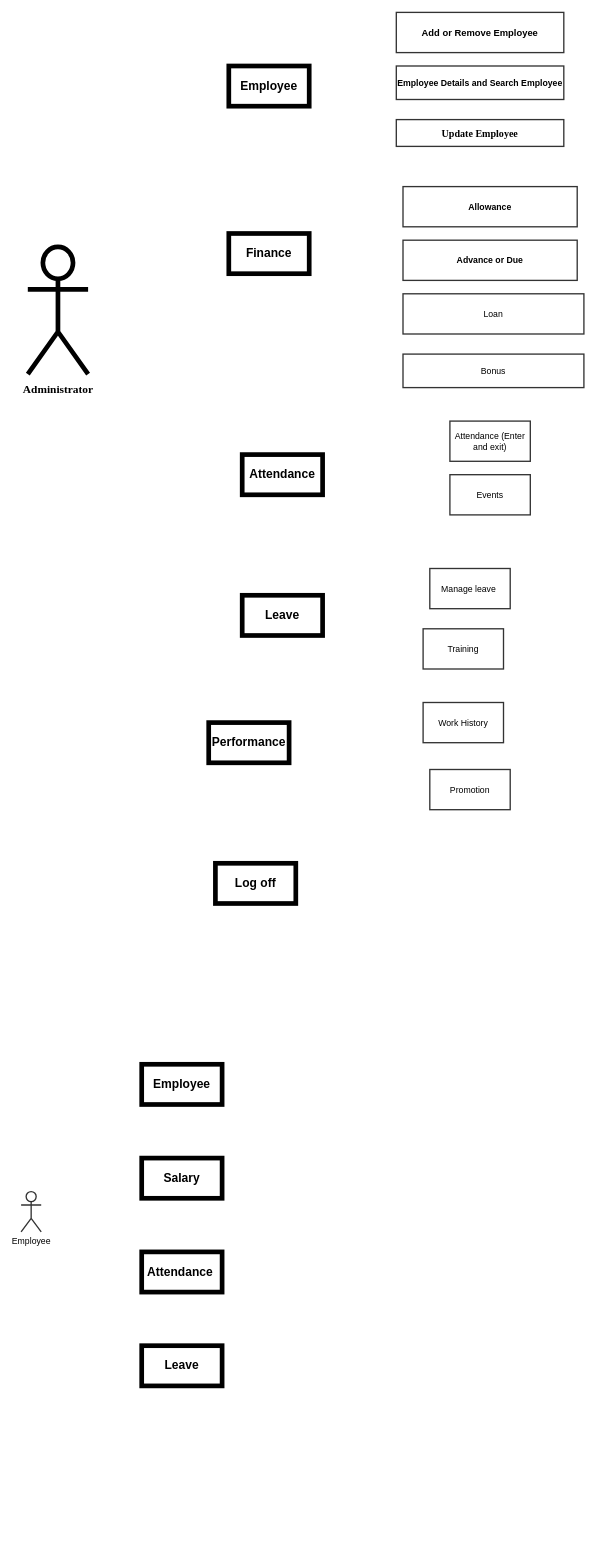
SaykatMondal1911/Web-design keeps this draw.io diagram as css/Untitled Diagram.drawio. Above is the earlier version. Source tidied: cells renumbered, new cells numbered last; positions are measured from the earlier drawing's top-left corner, leaving out a move shared by most shapes. Both pictures are drawn from the tidied source at 67%, with x=0, y=0 at pixel (21, 12).
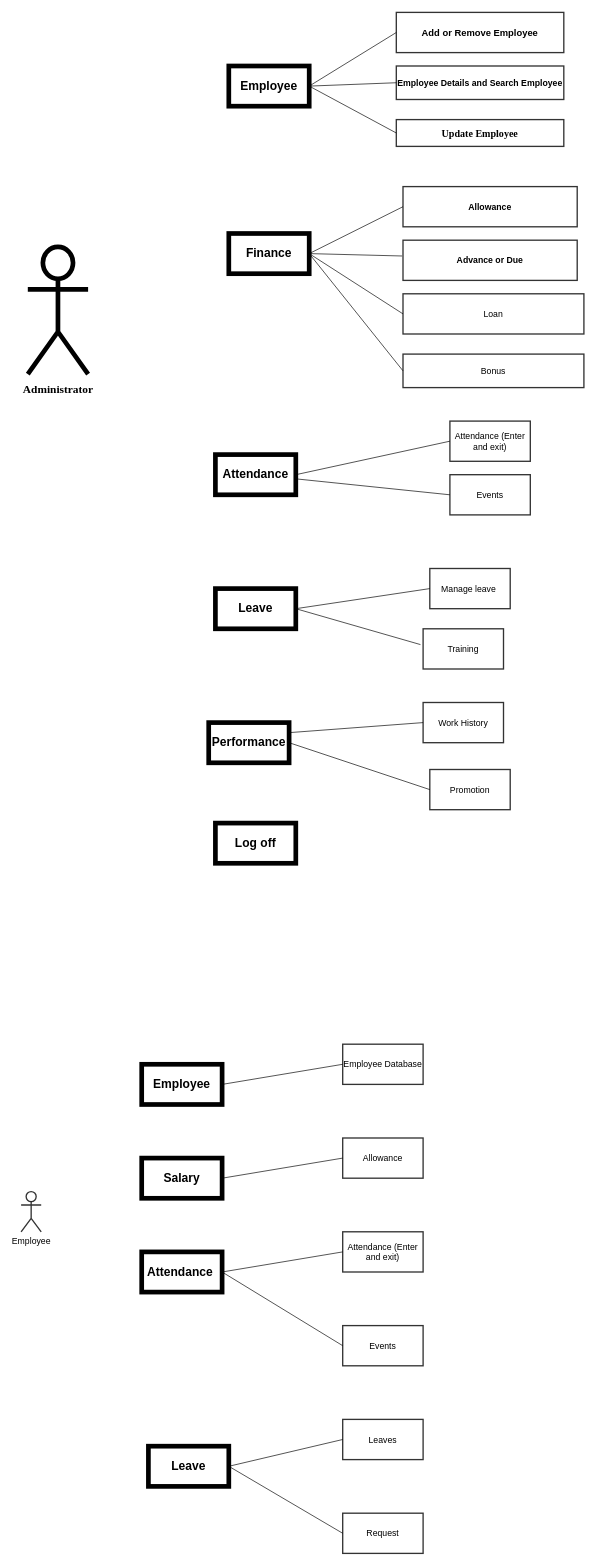
After the change.

The change refers to these unchanged cells:
```xml
<mxCell id="3" value="&lt;h2&gt;Employee&lt;/h2&gt;" style="rounded=0;whiteSpace=wrap;html=1;strokeWidth=7;" parent="1" vertex="1">
  <mxGeometry x="310" y="80" width="120" height="60" as="geometry" />
</mxCell>
<mxCell id="4" value="&lt;h2&gt;Finance&lt;/h2&gt;" style="rounded=0;whiteSpace=wrap;html=1;strokeWidth=7;" parent="1" vertex="1">
  <mxGeometry x="310" y="330" width="120" height="60" as="geometry" />
</mxCell>
<mxCell id="7" value="&lt;h2&gt;Performance&lt;/h2&gt;" style="rounded=0;whiteSpace=wrap;html=1;strokeWidth=7;" parent="1" vertex="1">
  <mxGeometry x="280" y="1060" width="120" height="60" as="geometry" />
</mxCell>
<mxCell id="13" value="&lt;h4 style=&quot;font-size: 14px;&quot;&gt;Add or Remove Employee&lt;/h4&gt;" style="rounded=0;whiteSpace=wrap;html=1;strokeWidth=2;opacity=80;fontSize=14;" parent="1" vertex="1">
  <mxGeometry x="560" width="250" height="60" as="geometry" />
</mxCell>
<mxCell id="14" value="&lt;h4 style=&quot;font-size: 13px;&quot;&gt;Employee Details and Search Employee&lt;/h4&gt;" style="rounded=0;whiteSpace=wrap;html=1;strokeWidth=2;opacity=80;fontSize=13;" parent="1" vertex="1">
  <mxGeometry x="560" y="80" width="250" height="50" as="geometry" />
</mxCell>
<mxCell id="15" value="&lt;h4&gt;&lt;font face=&quot;Times New Roman&quot; style=&quot;font-size: 15px&quot;&gt;Update Employee&lt;/font&gt;&lt;/h4&gt;" style="rounded=0;whiteSpace=wrap;html=1;strokeWidth=2;opacity=80;" parent="1" vertex="1">
  <mxGeometry x="560" y="160" width="250" height="40" as="geometry" />
</mxCell>
<mxCell id="16" value="&lt;h4&gt;Allowance&lt;/h4&gt;" style="rounded=0;whiteSpace=wrap;html=1;strokeWidth=2;fontSize=13;opacity=80;" parent="1" vertex="1">
  <mxGeometry x="570" y="260" width="260" height="60" as="geometry" />
</mxCell>
<mxCell id="17" value="&lt;h4&gt;Advance or Due&lt;/h4&gt;" style="rounded=0;whiteSpace=wrap;html=1;strokeWidth=2;fontSize=13;opacity=80;" parent="1" vertex="1">
  <mxGeometry x="570" y="340" width="260" height="60" as="geometry" />
</mxCell>
<mxCell id="18" value="Loan" style="rounded=0;whiteSpace=wrap;html=1;strokeWidth=2;fontSize=13;opacity=80;" parent="1" vertex="1">
  <mxGeometry x="570" y="420" width="270" height="60" as="geometry" />
</mxCell>
<mxCell id="19" value="Bonus" style="rounded=0;whiteSpace=wrap;html=1;strokeWidth=2;fontSize=13;opacity=80;" parent="1" vertex="1">
  <mxGeometry x="570" y="510" width="270" height="50" as="geometry" />
</mxCell>
<mxCell id="20" value="Attendance (Enter and exit)" style="rounded=0;whiteSpace=wrap;html=1;strokeWidth=2;fontSize=13;opacity=80;" parent="1" vertex="1">
  <mxGeometry x="640" y="610" width="120" height="60" as="geometry" />
</mxCell>
<mxCell id="21" value="Events" style="rounded=0;whiteSpace=wrap;html=1;strokeWidth=2;fontSize=13;opacity=80;" parent="1" vertex="1">
  <mxGeometry x="640" y="690" width="120" height="60" as="geometry" />
</mxCell>
<mxCell id="22" value="Manage leave&amp;nbsp;" style="rounded=0;whiteSpace=wrap;html=1;strokeWidth=2;fontSize=13;opacity=80;" parent="1" vertex="1">
  <mxGeometry x="610" y="830" width="120" height="60" as="geometry" />
</mxCell>
<mxCell id="23" value="Training" style="rounded=0;whiteSpace=wrap;html=1;strokeWidth=2;fontSize=13;opacity=80;" parent="1" vertex="1">
  <mxGeometry x="600" y="920" width="120" height="60" as="geometry" />
</mxCell>
<mxCell id="24" value="Work History" style="rounded=0;whiteSpace=wrap;html=1;strokeWidth=2;fontSize=13;opacity=80;" parent="1" vertex="1">
  <mxGeometry x="600" y="1030" width="120" height="60" as="geometry" />
</mxCell>
<mxCell id="25" value="Promotion" style="rounded=0;whiteSpace=wrap;html=1;strokeWidth=2;fontSize=13;opacity=80;" parent="1" vertex="1">
  <mxGeometry x="610" y="1130" width="120" height="60" as="geometry" />
</mxCell>
<mxCell id="27" value="&lt;h2&gt;Employee&lt;/h2&gt;" style="rounded=0;whiteSpace=wrap;html=1;strokeWidth=7;" parent="1" vertex="1">
  <mxGeometry x="180" y="1570" width="120" height="60" as="geometry" />
</mxCell>
<mxCell id="28" value="&lt;h2&gt;Salary&lt;/h2&gt;" style="rounded=0;whiteSpace=wrap;html=1;strokeWidth=7;" parent="1" vertex="1">
  <mxGeometry x="180" y="1710" width="120" height="60" as="geometry" />
</mxCell>
<mxCell id="29" value="&lt;h2&gt;Attendance&amp;nbsp;&lt;/h2&gt;" style="rounded=0;whiteSpace=wrap;html=1;strokeWidth=7;" parent="1" vertex="1">
  <mxGeometry x="180" y="1850" width="120" height="60" as="geometry" />
</mxCell>
```

Diff of the diagram source:
```diff
@@
     <mxCell id="5" value="&lt;h2&gt;Attendance&lt;/h2&gt;" style="rounded=0;whiteSpace=wrap;html=1;strokeWidth=7;" parent="1" vertex="1">
-      <mxGeometry x="330" y="660" width="120" height="60" as="geometry" />
+      <mxGeometry x="290" y="660" width="120" height="60" as="geometry" />
     </mxCell>
     <mxCell id="6" value="&lt;h2&gt;Leave&lt;/h2&gt;" style="rounded=0;whiteSpace=wrap;html=1;strokeWidth=7;" parent="1" vertex="1">
-      <mxGeometry x="330" y="870" width="120" height="60" as="geometry" />
+      <mxGeometry x="290" y="860" width="120" height="60" as="geometry" />
     </mxCell>
@@
     <mxCell id="8" value="&lt;h2&gt;Log off&lt;/h2&gt;" style="rounded=0;whiteSpace=wrap;html=1;strokeWidth=7;" parent="1" vertex="1">
-      <mxGeometry x="290" y="1270" width="120" height="60" as="geometry" />
+      <mxGeometry x="290" y="1210" width="120" height="60" as="geometry" />
     </mxCell>
@@
     <mxCell id="30" value="&lt;h2&gt;Leave&lt;/h2&gt;" style="rounded=0;whiteSpace=wrap;html=1;strokeWidth=7;" parent="1" vertex="1">
-      <mxGeometry x="180" y="1990" width="120" height="60" as="geometry" />
+      <mxGeometry x="190" y="2140" width="120" height="60" as="geometry" />
     </mxCell>
+    <mxCell id="31" value="Employee Database" style="rounded=0;whiteSpace=wrap;html=1;strokeWidth=2;fontSize=13;opacity=80;" parent="1" vertex="1">
+      <mxGeometry x="480" y="1540" width="120" height="60" as="geometry" />
+    </mxCell>
+    <mxCell id="32" value="Allowance" style="rounded=0;whiteSpace=wrap;html=1;strokeWidth=2;fontSize=13;opacity=80;" parent="1" vertex="1">
+      <mxGeometry x="480" y="1680" width="120" height="60" as="geometry" />
+    </mxCell>
+    <mxCell id="33" value="Attendance (Enter and exit)" style="rounded=0;whiteSpace=wrap;html=1;strokeWidth=2;fontSize=13;opacity=80;" parent="1" vertex="1">
+      <mxGeometry x="480" y="1820" width="120" height="60" as="geometry" />
+    </mxCell>
+    <mxCell id="34" value="Events" style="rounded=0;whiteSpace=wrap;html=1;strokeWidth=2;fontSize=13;opacity=80;" parent="1" vertex="1">
+      <mxGeometry x="480" y="1960" width="120" height="60" as="geometry" />
+    </mxCell>
+    <mxCell id="35" value="Leaves" style="rounded=0;whiteSpace=wrap;html=1;strokeWidth=2;fontSize=13;opacity=80;" parent="1" vertex="1">
+      <mxGeometry x="480" y="2100" width="120" height="60" as="geometry" />
+    </mxCell>
+    <mxCell id="36" value="Request" style="rounded=0;whiteSpace=wrap;html=1;strokeWidth=2;fontSize=13;opacity=80;" parent="1" vertex="1">
+      <mxGeometry x="480" y="2240" width="120" height="60" as="geometry" />
+    </mxCell>
+    <mxCell id="37" style="endArrow=none;html=1;fontSize=13;exitX=1;exitY=0.5;exitDx=0;exitDy=0;entryX=0;entryY=0.5;entryDx=0;entryDy=0;" parent="1" edge="1" source="3" target="14">
+      <mxGeometry relative="1" as="geometry" />
+    </mxCell>
+    <mxCell id="38" style="endArrow=none;html=1;fontSize=13;entryX=0;entryY=0.5;entryDx=0;entryDy=0;" parent="1" edge="1" target="13">
+      <mxGeometry relative="1" as="geometry">
+        <mxPoint x="430" y="110" as="sourcePoint" />
+      </mxGeometry>
+    </mxCell>
+    <mxCell id="39" style="endArrow=none;html=1;fontSize=13;entryX=0;entryY=0.5;entryDx=0;entryDy=0;" parent="1" edge="1" target="15">
+      <mxGeometry relative="1" as="geometry">
+        <mxPoint x="430" y="110" as="sourcePoint" />
+      </mxGeometry>
+    </mxCell>
+    <mxCell id="40" style="endArrow=none;html=1;fontSize=13;entryX=0;entryY=0.5;entryDx=0;entryDy=0;exitX=1;exitY=0.5;exitDx=0;exitDy=0;" parent="1" edge="1" source="4" target="16">
+      <mxGeometry relative="1" as="geometry" />
+    </mxCell>
+    <mxCell id="41" style="endArrow=none;html=1;fontSize=13;exitX=1;exitY=0.5;exitDx=0;exitDy=0;entryX=-0.005;entryY=0.393;entryDx=0;entryDy=0;entryPerimeter=0;" parent="1" edge="1" source="4" target="17">
+      <mxGeometry relative="1" as="geometry" />
+    </mxCell>
+    <mxCell id="42" style="endArrow=none;html=1;fontSize=13;exitX=1;exitY=0.5;exitDx=0;exitDy=0;entryX=0;entryY=0.5;entryDx=0;entryDy=0;" parent="1" edge="1" source="4" target="18">
+      <mxGeometry relative="1" as="geometry" />
+    </mxCell>
+    <mxCell id="43" style="endArrow=none;html=1;fontSize=13;exitX=1;exitY=0.5;exitDx=0;exitDy=0;entryX=0;entryY=0.5;entryDx=0;entryDy=0;" parent="1" edge="1" source="4" target="19">
+      <mxGeometry relative="1" as="geometry" />
+    </mxCell>
+    <mxCell id="44" style="endArrow=none;html=1;fontSize=13;exitX=1;exitY=0.5;exitDx=0;exitDy=0;entryX=0;entryY=0.5;entryDx=0;entryDy=0;" parent="1" edge="1" source="5" target="20">
+      <mxGeometry relative="1" as="geometry" />
+    </mxCell>
+    <mxCell id="45" style="endArrow=none;html=1;fontSize=13;entryX=0;entryY=0.5;entryDx=0;entryDy=0;" parent="1" edge="1" source="5" target="21">
+      <mxGeometry relative="1" as="geometry" />
+    </mxCell>
+    <mxCell id="46" style="endArrow=none;html=1;fontSize=13;entryX=0;entryY=0.5;entryDx=0;entryDy=0;exitX=1;exitY=0.25;exitDx=0;exitDy=0;" parent="1" edge="1" source="7" target="24">
+      <mxGeometry relative="1" as="geometry" />
+    </mxCell>
+    <mxCell id="47" style="endArrow=none;html=1;fontSize=13;exitX=1;exitY=0.5;exitDx=0;exitDy=0;entryX=0;entryY=0.5;entryDx=0;entryDy=0;" parent="1" edge="1" source="7" target="25">
+      <mxGeometry relative="1" as="geometry" />
+    </mxCell>
+    <mxCell id="48" style="endArrow=none;html=1;fontSize=13;exitX=1;exitY=0.5;exitDx=0;exitDy=0;entryX=0;entryY=0.5;entryDx=0;entryDy=0;" parent="1" edge="1" source="6" target="22">
+      <mxGeometry relative="1" as="geometry" />
+    </mxCell>
+    <mxCell id="49" style="endArrow=none;html=1;fontSize=13;entryX=-0.033;entryY=0.393;entryDx=0;entryDy=0;entryPerimeter=0;" parent="1" edge="1" target="23">
+      <mxGeometry relative="1" as="geometry">
+        <mxPoint x="410" y="890" as="sourcePoint" />
+      </mxGeometry>
+    </mxCell>
+    <mxCell id="50" style="endArrow=none;html=1;fontSize=13;exitX=1;exitY=0.5;exitDx=0;exitDy=0;entryX=0;entryY=0.5;entryDx=0;entryDy=0;" parent="1" edge="1" source="27" target="31">
+      <mxGeometry relative="1" as="geometry" />
+    </mxCell>
+    <mxCell id="51" style="endArrow=none;html=1;fontSize=13;exitX=1;exitY=0.5;exitDx=0;exitDy=0;entryX=0;entryY=0.5;entryDx=0;entryDy=0;" parent="1" edge="1" source="28" target="32">
+      <mxGeometry relative="1" as="geometry" />
+    </mxCell>
+    <mxCell id="52" style="endArrow=none;html=1;fontSize=13;exitX=1;exitY=0.5;exitDx=0;exitDy=0;entryX=0;entryY=0.5;entryDx=0;entryDy=0;" parent="1" edge="1" source="29" target="33">
+      <mxGeometry relative="1" as="geometry" />
+    </mxCell>
+    <mxCell id="53" style="endArrow=none;html=1;fontSize=13;exitX=1;exitY=0.5;exitDx=0;exitDy=0;entryX=0;entryY=0.5;entryDx=0;entryDy=0;" parent="1" edge="1" source="29" target="34">
+      <mxGeometry relative="1" as="geometry" />
+    </mxCell>
+    <mxCell id="54" style="endArrow=none;html=1;fontSize=13;exitX=1;exitY=0.5;exitDx=0;exitDy=0;entryX=0;entryY=0.5;entryDx=0;entryDy=0;" parent="1" edge="1" source="30" target="35">
+      <mxGeometry relative="1" as="geometry" />
+    </mxCell>
+    <mxCell id="55" style="endArrow=none;html=1;fontSize=13;exitX=1;exitY=0.5;exitDx=0;exitDy=0;entryX=0;entryY=0.5;entryDx=0;entryDy=0;" parent="1" edge="1" source="30" target="36">
+      <mxGeometry relative="1" as="geometry" />
+    </mxCell>
```
